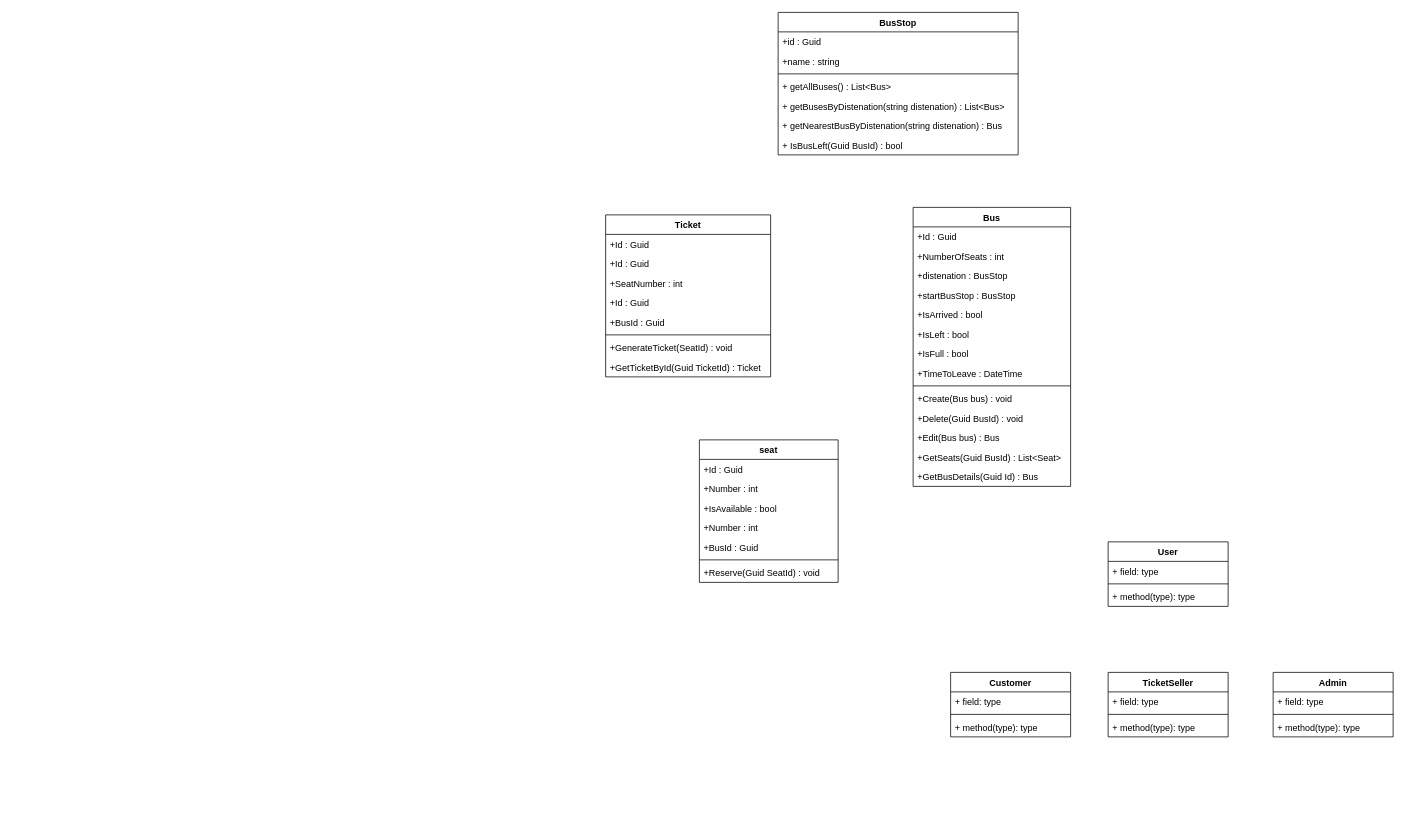
Earlier version of the draw.io diagram classDiagram.drawio (amr1234567/TransportationSystem). Source tidied: cells renumbered, new cells numbered last; positions are measured from the earlier drawing's top-left corner, leaving out a move shared by most shapes. Both pictures are drawn from the tidied source at 75%, with x=0, y=0 at pixel (605, 12).
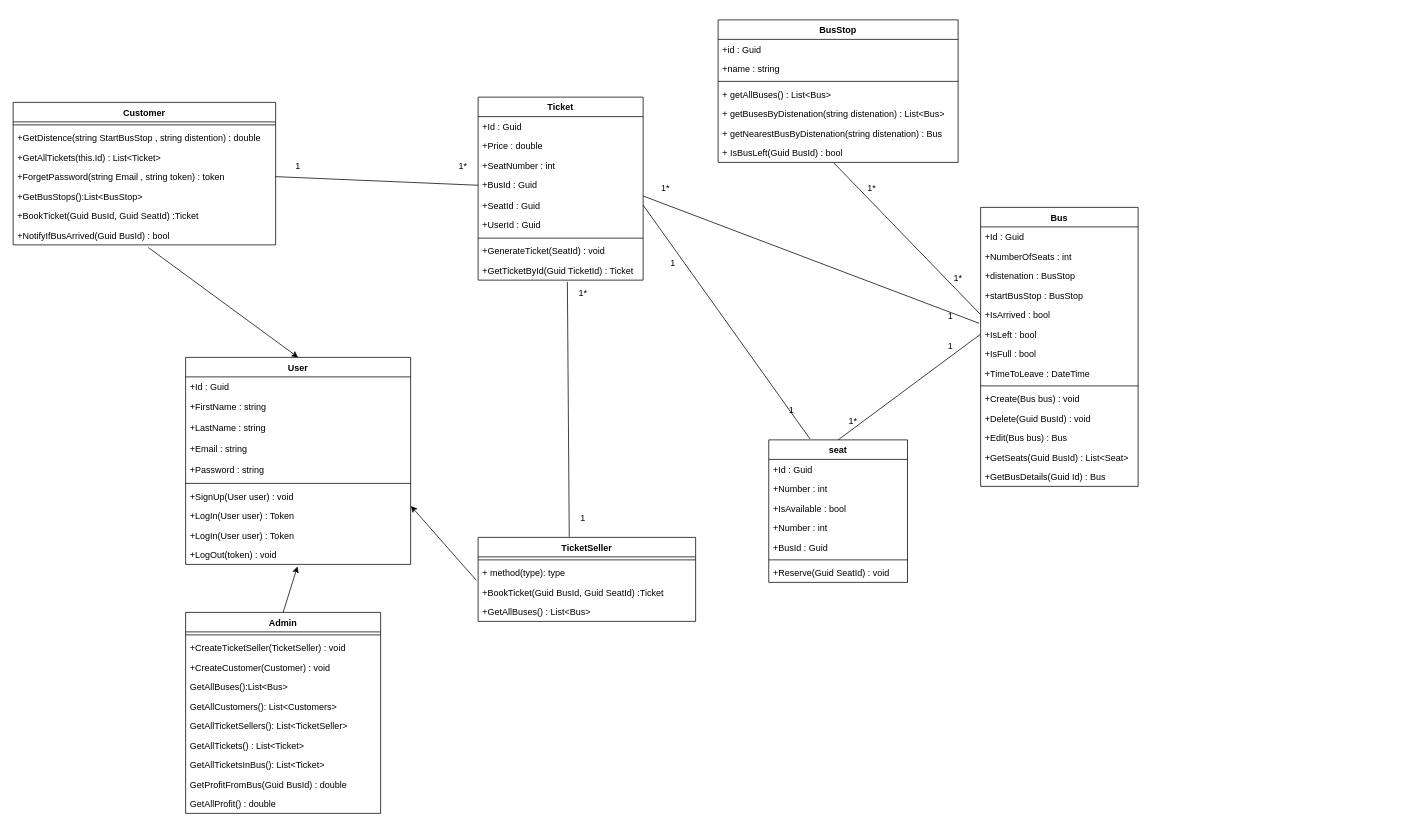
The same page after the edit.

Commit message (it also covers changes not shown here):
end of  class diagram

Unchanged cells that the change refers to:
```xml
<mxCell id="9" value="+ IsBusLeft(Guid BusId) : bool" style="text;strokeColor=none;fillColor=none;align=left;verticalAlign=top;spacingLeft=4;spacingRight=4;overflow=hidden;points=[[0,0.5],[1,0.5]];portConstraint=eastwest;" parent="2" vertex="1">
  <mxGeometry y="164" width="320" height="26" as="geometry" />
</mxCell>
<mxCell id="15" value="+IsArrived : bool" style="text;strokeColor=none;fillColor=none;align=left;verticalAlign=top;spacingLeft=4;spacingRight=4;overflow=hidden;points=[[0,0.5],[1,0.5]];portConstraint=eastwest;" parent="10" vertex="1">
  <mxGeometry y="130" width="210" height="26" as="geometry" />
</mxCell>
<mxCell id="16" value="+IsLeft : bool" style="text;strokeColor=none;fillColor=none;align=left;verticalAlign=top;spacingLeft=4;spacingRight=4;overflow=hidden;points=[[0,0.5],[1,0.5]];portConstraint=eastwest;" parent="10" vertex="1">
  <mxGeometry y="156" width="210" height="26" as="geometry" />
</mxCell>
```

What changed in the source:
```diff
@@
     <mxCell id="2" value="BusStop" style="swimlane;fontStyle=1;align=center;verticalAlign=top;horizontal=1;startSize=26;" parent="1" vertex="1">
-      <mxGeometry x="230" width="320" height="190" as="geometry" />
+      <mxGeometry x="150" y="10" width="320" height="190" as="geometry" />
     </mxCell>
@@
     <mxCell id="10" value="Bus" style="swimlane;fontStyle=1;align=center;verticalAlign=top;horizontal=1;startSize=26;" parent="1" vertex="1">
-      <mxGeometry x="410" y="260" width="210" height="372" as="geometry" />
+      <mxGeometry x="500" y="260" width="210" height="372" as="geometry" />
     </mxCell>
@@
     <mxCell id="25" value="Ticket" style="swimlane;fontStyle=1;align=center;verticalAlign=top;horizontal=1;startSize=26;" parent="1" vertex="1">
-      <mxGeometry y="270" width="220" height="216" as="geometry" />
+      <mxGeometry x="-170" y="113" width="220" height="244" as="geometry" />
     </mxCell>
@@
-    <mxCell id="27" value="+Id : Guid" style="text;strokeColor=none;fillColor=none;align=left;verticalAlign=top;spacingLeft=4;spacingRight=4;overflow=hidden;" parent="25" vertex="1">
+    <mxCell id="27" value="+Price : double" style="text;strokeColor=none;fillColor=none;align=left;verticalAlign=top;spacingLeft=4;spacingRight=4;overflow=hidden;" parent="25" vertex="1">
       <mxGeometry y="52" width="220" height="26" as="geometry" />
     </mxCell>
@@
-    <mxCell id="29" value="+Id : Guid" style="text;strokeColor=none;fillColor=none;align=left;verticalAlign=top;spacingLeft=4;spacingRight=4;overflow=hidden;points=[[0,0.5],[1,0.5]];portConstraint=eastwest;" parent="25" vertex="1">
-      <mxGeometry y="104" width="220" height="26" as="geometry" />
+    <mxCell id="29" value="+BusId : Guid" style="text;strokeColor=none;fillColor=none;align=left;verticalAlign=top;spacingLeft=4;spacingRight=4;overflow=hidden;points=[[0,0.5],[1,0.5]];portConstraint=eastwest;" parent="25" vertex="1">
+      <mxGeometry y="104" width="220" height="27" as="geometry" />
     </mxCell>
-    <mxCell id="30" value="+BusId : Guid" style="text;strokeColor=none;fillColor=none;align=left;verticalAlign=top;spacingLeft=4;spacingRight=4;overflow=hidden;points=[[0,0.5],[1,0.5]];portConstraint=eastwest;" parent="25" vertex="1">
-      <mxGeometry y="130" width="220" height="26" as="geometry" />
+    <mxCell id="30" value="+SeatId : Guid" style="text;strokeColor=none;fillColor=none;align=left;verticalAlign=top;spacingLeft=4;spacingRight=4;overflow=hidden;points=[[0,0.5],[1,0.5]];portConstraint=eastwest;" parent="25" vertex="1">
+      <mxGeometry y="131" width="220" height="26" as="geometry" />
     </mxCell>
+    <mxCell id="58" value="+UserId : Guid" style="text;strokeColor=none;fillColor=none;align=left;verticalAlign=top;spacingLeft=4;spacingRight=4;overflow=hidden;" parent="25" vertex="1">
+      <mxGeometry y="157" width="220" height="27" as="geometry" />
+    </mxCell>
     <mxCell id="31" style="line;strokeWidth=1;fillColor=none;align=left;verticalAlign=middle;spacingTop=-1;spacingLeft=3;spacingRight=3;labelPosition=right;strokeColor=inherit;" parent="25" vertex="1">
-      <mxGeometry y="156" width="220" height="8" as="geometry" />
+      <mxGeometry y="184" width="220" height="8" as="geometry" />
     </mxCell>
     <mxCell id="32" value="+GenerateTicket(SeatId) : void" style="text;strokeColor=none;fillColor=none;align=left;verticalAlign=top;spacingLeft=4;spacingRight=4;overflow=hidden;" parent="25" vertex="1">
-      <mxGeometry y="164" width="220" height="26" as="geometry" />
+      <mxGeometry y="192" width="220" height="26" as="geometry" />
     </mxCell>
     <mxCell id="33" value="+GetTicketById(Guid TicketId) : Ticket" style="text;strokeColor=none;fillColor=none;align=left;verticalAlign=top;spacingLeft=4;spacingRight=4;overflow=hidden;points=[[0,0.5],[1,0.5]];portConstraint=eastwest;" parent="25" vertex="1">
-      <mxGeometry y="190" width="220" height="26" as="geometry" />
+      <mxGeometry y="218" width="220" height="26" as="geometry" />
     </mxCell>
     <mxCell id="34" value="seat" style="swimlane;fontStyle=1;align=center;verticalAlign=top;horizontal=1;startSize=26;" parent="1" vertex="1">
-      <mxGeometry x="125" y="570" width="185" height="190" as="geometry" />
+      <mxGeometry x="217.5" y="570" width="185" height="190" as="geometry" />
     </mxCell>
@@
     <mxCell id="42" value="User" style="swimlane;fontStyle=1;align=center;verticalAlign=top;horizontal=1;startSize=26;" parent="1" vertex="1">
-      <mxGeometry x="670" y="706" width="160" height="86" as="geometry" />
+      <mxGeometry x="-560" y="460" width="300" height="276" as="geometry" />
     </mxCell>
-    <mxCell id="43" value="+ field: type" style="text;strokeColor=none;fillColor=none;align=left;verticalAlign=top;spacingLeft=4;spacingRight=4;overflow=hidden;" parent="42" vertex="1">
-      <mxGeometry y="26" width="160" height="26" as="geometry" />
+    <mxCell id="43" value="+Id : Guid" style="text;strokeColor=none;fillColor=none;align=left;verticalAlign=top;spacingLeft=4;spacingRight=4;overflow=hidden;" parent="42" vertex="1">
+      <mxGeometry y="26" width="300" height="26" as="geometry" />
     </mxCell>
+    <mxCell id="59" value="+FirstName : string" style="text;strokeColor=none;fillColor=none;align=left;verticalAlign=top;spacingLeft=4;spacingRight=4;overflow=hidden;" parent="42" vertex="1">
+      <mxGeometry y="52" width="300" height="28" as="geometry" />
+    </mxCell>
+    <mxCell id="60" value="+LastName : string" style="text;strokeColor=none;fillColor=none;align=left;verticalAlign=top;spacingLeft=4;spacingRight=4;overflow=hidden;" parent="42" vertex="1">
+      <mxGeometry y="80" width="300" height="28" as="geometry" />
+    </mxCell>
+    <mxCell id="61" value="+Email : string" style="text;strokeColor=none;fillColor=none;align=left;verticalAlign=top;spacingLeft=4;spacingRight=4;overflow=hidden;" parent="42" vertex="1">
+      <mxGeometry y="108" width="300" height="28" as="geometry" />
+    </mxCell>
+    <mxCell id="62" value="+Password : string" style="text;strokeColor=none;fillColor=none;align=left;verticalAlign=top;spacingLeft=4;spacingRight=4;overflow=hidden;" parent="42" vertex="1">
+      <mxGeometry y="136" width="300" height="28" as="geometry" />
+    </mxCell>
     <mxCell id="44" style="line;strokeWidth=1;fillColor=none;align=left;verticalAlign=middle;spacingTop=-1;spacingLeft=3;spacingRight=3;labelPosition=right;strokeColor=inherit;" parent="42" vertex="1">
-      <mxGeometry y="52" width="160" height="8" as="geometry" />
+      <mxGeometry y="164" width="300" height="8" as="geometry" />
     </mxCell>
-    <mxCell id="45" value="+ method(type): type" style="text;strokeColor=none;fillColor=none;align=left;verticalAlign=top;spacingLeft=4;spacingRight=4;overflow=hidden;points=[[0,0.5],[1,0.5]];portConstraint=eastwest;" parent="42" vertex="1">
-      <mxGeometry y="60" width="160" height="26" as="geometry" />
+    <mxCell id="45" value="+SignUp(User user) : void" style="text;strokeColor=none;fillColor=none;align=left;verticalAlign=top;spacingLeft=4;spacingRight=4;overflow=hidden;points=[[0,0.5],[1,0.5]];portConstraint=eastwest;" parent="42" vertex="1">
+      <mxGeometry y="172" width="300" height="26" as="geometry" />
     </mxCell>
+    <mxCell id="63" value="+LogIn(User user) : Token" style="text;strokeColor=none;fillColor=none;align=left;verticalAlign=top;spacingLeft=4;spacingRight=4;overflow=hidden;" parent="42" vertex="1">
+      <mxGeometry y="198" width="300" height="26" as="geometry" />
+    </mxCell>
+    <mxCell id="64" value="+LogIn(User user) : Token" style="text;strokeColor=none;fillColor=none;align=left;verticalAlign=top;spacingLeft=4;spacingRight=4;overflow=hidden;" parent="42" vertex="1">
+      <mxGeometry y="224" width="300" height="26" as="geometry" />
+    </mxCell>
+    <mxCell id="65" value="+LogOut(token) : void" style="text;strokeColor=none;fillColor=none;align=left;verticalAlign=top;spacingLeft=4;spacingRight=4;overflow=hidden;points=[[0,0.5],[1,0.5]];portConstraint=eastwest;" parent="42" vertex="1">
+      <mxGeometry y="250" width="300" height="26" as="geometry" />
+    </mxCell>
+    <mxCell id="66" style="edgeStyle=none;html=1;exitX=-0.008;exitY=0.897;exitDx=0;exitDy=0;exitPerimeter=0;entryX=1.001;entryY=1.006;entryDx=0;entryDy=0;entryPerimeter=0;" parent="1" edge="1" source="49" target="45">
+      <mxGeometry relative="1" as="geometry" />
+    </mxCell>
     <mxCell id="46" value="TicketSeller" style="swimlane;fontStyle=1;align=center;verticalAlign=top;horizontal=1;startSize=26;" parent="1" vertex="1">
-      <mxGeometry x="670" y="880" width="160" height="86" as="geometry" />
+      <mxGeometry x="-170" y="700" width="290" height="112" as="geometry" />
     </mxCell>
-    <mxCell id="47" value="+ field: type" style="text;strokeColor=none;fillColor=none;align=left;verticalAlign=top;spacingLeft=4;spacingRight=4;overflow=hidden;" parent="46" vertex="1">
-      <mxGeometry y="26" width="160" height="26" as="geometry" />
-    </mxCell>
     <mxCell id="48" style="line;strokeWidth=1;fillColor=none;align=left;verticalAlign=middle;spacingTop=-1;spacingLeft=3;spacingRight=3;labelPosition=right;strokeColor=inherit;" parent="46" vertex="1">
-      <mxGeometry y="52" width="160" height="8" as="geometry" />
+      <mxGeometry y="26" width="290" height="8" as="geometry" />
     </mxCell>
     <mxCell id="49" value="+ method(type): type" style="text;strokeColor=none;fillColor=none;align=left;verticalAlign=top;spacingLeft=4;spacingRight=4;overflow=hidden;points=[[0,0.5],[1,0.5]];portConstraint=eastwest;" parent="46" vertex="1">
-      <mxGeometry y="60" width="160" height="26" as="geometry" />
+      <mxGeometry y="34" width="290" height="26" as="geometry" />
     </mxCell>
+    <mxCell id="67" value="+BookTicket(Guid BusId, Guid SeatId) :Ticket" style="text;strokeColor=none;fillColor=none;align=left;verticalAlign=top;spacingLeft=4;spacingRight=4;overflow=hidden;" parent="46" vertex="1">
+      <mxGeometry y="60" width="290" height="26" as="geometry" />
+    </mxCell>
+    <mxCell id="68" value="+GetAllBuses() : List&lt;Bus&gt;" style="text;strokeColor=none;fillColor=none;align=left;verticalAlign=top;spacingLeft=4;spacingRight=4;overflow=hidden;" parent="46" vertex="1">
+      <mxGeometry y="86" width="290" height="26" as="geometry" />
+    </mxCell>
+    <mxCell id="69" style="edgeStyle=none;html=1;exitX=0.5;exitY=0;exitDx=0;exitDy=0;entryX=0.497;entryY=1.106;entryDx=0;entryDy=0;entryPerimeter=0;" parent="1" edge="1" source="50" target="65">
+      <mxGeometry relative="1" as="geometry" />
+    </mxCell>
     <mxCell id="50" value="Admin" style="swimlane;fontStyle=1;align=center;verticalAlign=top;horizontal=1;startSize=26;" parent="1" vertex="1">
-      <mxGeometry x="890" y="880" width="160" height="86" as="geometry" />
+      <mxGeometry x="-560" y="800" width="260" height="268" as="geometry" />
     </mxCell>
-    <mxCell id="51" value="+ field: type" style="text;strokeColor=none;fillColor=none;align=left;verticalAlign=top;spacingLeft=4;spacingRight=4;overflow=hidden;" parent="50" vertex="1">
-      <mxGeometry y="26" width="160" height="26" as="geometry" />
-    </mxCell>
     <mxCell id="52" style="line;strokeWidth=1;fillColor=none;align=left;verticalAlign=middle;spacingTop=-1;spacingLeft=3;spacingRight=3;labelPosition=right;strokeColor=inherit;" parent="50" vertex="1">
-      <mxGeometry y="52" width="160" height="8" as="geometry" />
+      <mxGeometry y="26" width="260" height="8" as="geometry" />
     </mxCell>
-    <mxCell id="53" value="+ method(type): type" style="text;strokeColor=none;fillColor=none;align=left;verticalAlign=top;spacingLeft=4;spacingRight=4;overflow=hidden;" parent="50" vertex="1">
-      <mxGeometry y="60" width="160" height="26" as="geometry" />
+    <mxCell id="53" value="+CreateTicketSeller(TicketSeller) : void" style="text;strokeColor=none;fillColor=none;align=left;verticalAlign=top;spacingLeft=4;spacingRight=4;overflow=hidden;" parent="50" vertex="1">
+      <mxGeometry y="34" width="260" height="26" as="geometry" />
     </mxCell>
+    <mxCell id="70" value="+CreateCustomer(Customer) : void" style="text;strokeColor=none;fillColor=none;align=left;verticalAlign=top;spacingLeft=4;spacingRight=4;overflow=hidden;" parent="50" vertex="1">
+      <mxGeometry y="60" width="260" height="26" as="geometry" />
+    </mxCell>
+    <mxCell id="71" value="GetAllBuses():List&lt;Bus&gt;" style="text;strokeColor=none;fillColor=none;align=left;verticalAlign=top;spacingLeft=4;spacingRight=4;overflow=hidden;" parent="50" vertex="1">
+      <mxGeometry y="86" width="260" height="26" as="geometry" />
+    </mxCell>
+    <mxCell id="72" value="GetAllCustomers(): List&lt;Customers&gt;" style="text;strokeColor=none;fillColor=none;align=left;verticalAlign=top;spacingLeft=4;spacingRight=4;overflow=hidden;" parent="50" vertex="1">
+      <mxGeometry y="112" width="260" height="26" as="geometry" />
+    </mxCell>
+    <mxCell id="73" value="GetAllTicketSellers(): List&lt;TicketSeller&gt;" style="text;strokeColor=none;fillColor=none;align=left;verticalAlign=top;spacingLeft=4;spacingRight=4;overflow=hidden;" parent="50" vertex="1">
+      <mxGeometry y="138" width="260" height="26" as="geometry" />
+    </mxCell>
+    <mxCell id="74" value="GetAllTickets() : List&lt;Ticket&gt;" style="text;strokeColor=none;fillColor=none;align=left;verticalAlign=top;spacingLeft=4;spacingRight=4;overflow=hidden;" parent="50" vertex="1">
+      <mxGeometry y="164" width="260" height="26" as="geometry" />
+    </mxCell>
+    <mxCell id="75" value="GetAllTicketsInBus(): List&lt;Ticket&gt;" style="text;strokeColor=none;fillColor=none;align=left;verticalAlign=top;spacingLeft=4;spacingRight=4;overflow=hidden;" parent="50" vertex="1">
+      <mxGeometry y="190" width="260" height="26" as="geometry" />
+    </mxCell>
+    <mxCell id="76" value="GetProfitFromBus(Guid BusId) : double" style="text;strokeColor=none;fillColor=none;align=left;verticalAlign=top;spacingLeft=4;spacingRight=4;overflow=hidden;" parent="50" vertex="1">
+      <mxGeometry y="216" width="260" height="26" as="geometry" />
+    </mxCell>
+    <mxCell id="77" value="GetAllProfit() : double" style="text;strokeColor=none;fillColor=none;align=left;verticalAlign=top;spacingLeft=4;spacingRight=4;overflow=hidden;" parent="50" vertex="1">
+      <mxGeometry y="242" width="260" height="26" as="geometry" />
+    </mxCell>
+    <mxCell id="78" style="edgeStyle=none;html=1;exitX=0.515;exitY=1.136;exitDx=0;exitDy=0;entryX=0.5;entryY=0;entryDx=0;entryDy=0;exitPerimeter=0;" parent="1" edge="1" source="83" target="42">
+      <mxGeometry relative="1" as="geometry" />
+    </mxCell>
     <mxCell id="54" value="Customer" style="swimlane;fontStyle=1;align=center;verticalAlign=top;horizontal=1;startSize=26;" parent="1" vertex="1">
-      <mxGeometry x="460" y="880" width="160" height="86" as="geometry" />
+      <mxGeometry x="-790" y="120" width="350" height="190" as="geometry" />
     </mxCell>
-    <mxCell id="55" value="+ field: type" style="text;strokeColor=none;fillColor=none;align=left;verticalAlign=top;spacingLeft=4;spacingRight=4;overflow=hidden;" parent="54" vertex="1">
-      <mxGeometry y="26" width="160" height="26" as="geometry" />
-    </mxCell>
     <mxCell id="56" style="line;strokeWidth=1;fillColor=none;align=left;verticalAlign=middle;spacingTop=-1;spacingLeft=3;spacingRight=3;labelPosition=right;strokeColor=inherit;" parent="54" vertex="1">
-      <mxGeometry y="52" width="160" height="8" as="geometry" />
+      <mxGeometry y="26" width="350" height="8" as="geometry" />
     </mxCell>
-    <mxCell id="57" value="+ method(type): type" style="text;strokeColor=none;fillColor=none;align=left;verticalAlign=top;spacingLeft=4;spacingRight=4;overflow=hidden;" parent="54" vertex="1">
-      <mxGeometry y="60" width="160" height="26" as="geometry" />
+    <mxCell id="57" value="+GetDistence(string StartBusStop , string distention) : double" style="text;strokeColor=none;fillColor=none;align=left;verticalAlign=top;spacingLeft=4;spacingRight=4;overflow=hidden;" parent="54" vertex="1">
+      <mxGeometry y="34" width="350" height="26" as="geometry" />
     </mxCell>
+    <mxCell id="79" value="+GetAllTickets(this.Id) : List&lt;Ticket&gt;" style="text;strokeColor=none;fillColor=none;align=left;verticalAlign=top;spacingLeft=4;spacingRight=4;overflow=hidden;" parent="54" vertex="1">
+      <mxGeometry y="60" width="350" height="26" as="geometry" />
+    </mxCell>
+    <mxCell id="80" value="+ForgetPassword(string Email , string token) : token" style="text;strokeColor=none;fillColor=none;align=left;verticalAlign=top;spacingLeft=4;spacingRight=4;overflow=hidden;points=[[0,0.5],[1,0.5]];portConstraint=eastwest;" parent="54" vertex="1">
+      <mxGeometry y="86" width="350" height="26" as="geometry" />
+    </mxCell>
+    <mxCell id="81" value="+GetBusStops():List&lt;BusStop&gt;" style="text;strokeColor=none;fillColor=none;align=left;verticalAlign=top;spacingLeft=4;spacingRight=4;overflow=hidden;" parent="54" vertex="1">
+      <mxGeometry y="112" width="350" height="26" as="geometry" />
+    </mxCell>
+    <mxCell id="82" value="+BookTicket(Guid BusId, Guid SeatId) :Ticket" style="text;strokeColor=none;fillColor=none;align=left;verticalAlign=top;spacingLeft=4;spacingRight=4;overflow=hidden;" parent="54" vertex="1">
+      <mxGeometry y="138" width="350" height="26" as="geometry" />
+    </mxCell>
+    <mxCell id="83" value="+NotifyIfBusArrived(Guid BusId) : bool" style="text;strokeColor=none;fillColor=none;align=left;verticalAlign=top;spacingLeft=4;spacingRight=4;overflow=hidden;points=[[0,0.5],[1,0.5]];portConstraint=eastwest;" parent="54" vertex="1">
+      <mxGeometry y="164" width="350" height="26" as="geometry" />
+    </mxCell>
+    <mxCell id="84" style="endArrow=none;html=1;entryX=0.482;entryY=1.026;entryDx=0;entryDy=0;entryPerimeter=0;exitX=0;exitY=0.5;exitDx=0;exitDy=0;" parent="1" edge="1" source="15" target="9">
+      <mxGeometry relative="1" as="geometry" />
+    </mxCell>
+    <mxCell id="85" style="endArrow=none;html=1;exitX=0.5;exitY=0;exitDx=0;exitDy=0;entryX=0;entryY=0.5;entryDx=0;entryDy=0;" parent="1" edge="1" source="34" target="16">
+      <mxGeometry relative="1" as="geometry" />
+    </mxCell>
+    <mxCell id="86" style="endArrow=none;html=1;entryX=1;entryY=0.5;entryDx=0;entryDy=0;exitX=0.297;exitY=-0.007;exitDx=0;exitDy=0;exitPerimeter=0;" parent="1" edge="1" source="34" target="30">
+      <mxGeometry relative="1" as="geometry" />
+    </mxCell>
+    <mxCell id="87" style="endArrow=none;html=1;entryX=-0.009;entryY=-0.055;entryDx=0;entryDy=0;entryPerimeter=0;exitX=1;exitY=0.032;exitDx=0;exitDy=0;exitPerimeter=0;" parent="1" edge="1" source="30" target="16">
+      <mxGeometry relative="1" as="geometry" />
+    </mxCell>
+    <mxCell id="88" value="1" style="text;html=1;strokeColor=none;fillColor=none;align=center;verticalAlign=middle;whiteSpace=wrap;rounded=0;" parent="1" vertex="1">
+      <mxGeometry x="60" y="320" width="60" height="30" as="geometry" />
+    </mxCell>
+    <mxCell id="89" value="1*" style="text;html=1;strokeColor=none;fillColor=none;align=center;verticalAlign=middle;whiteSpace=wrap;rounded=0;" parent="1" vertex="1">
+      <mxGeometry x="440" y="340" width="60" height="30" as="geometry" />
+    </mxCell>
+    <mxCell id="90" value="1" style="text;html=1;strokeColor=none;fillColor=none;align=center;verticalAlign=middle;whiteSpace=wrap;rounded=0;" parent="1" vertex="1">
+      <mxGeometry x="430" y="390" width="60" height="30" as="geometry" />
+    </mxCell>
+    <mxCell id="91" value="1*" style="text;html=1;strokeColor=none;fillColor=none;align=center;verticalAlign=middle;whiteSpace=wrap;rounded=0;" parent="1" vertex="1">
+      <mxGeometry x="50" y="220" width="60" height="30" as="geometry" />
+    </mxCell>
+    <mxCell id="92" value="1" style="text;html=1;strokeColor=none;fillColor=none;align=center;verticalAlign=middle;whiteSpace=wrap;rounded=0;" parent="1" vertex="1">
+      <mxGeometry x="430" y="430" width="60" height="30" as="geometry" />
+    </mxCell>
+    <mxCell id="93" value="1*" style="text;html=1;strokeColor=none;fillColor=none;align=center;verticalAlign=middle;whiteSpace=wrap;rounded=0;" parent="1" vertex="1">
+      <mxGeometry x="300" y="530" width="60" height="30" as="geometry" />
+    </mxCell>
+    <mxCell id="94" value="1" style="text;html=1;strokeColor=none;fillColor=none;align=center;verticalAlign=middle;whiteSpace=wrap;rounded=0;" parent="1" vertex="1">
+      <mxGeometry x="217.5" y="515" width="60" height="30" as="geometry" />
+    </mxCell>
+    <mxCell id="95" value="1*" style="text;html=1;strokeColor=none;fillColor=none;align=center;verticalAlign=middle;whiteSpace=wrap;rounded=0;" parent="1" vertex="1">
+      <mxGeometry x="325" y="220" width="60" height="30" as="geometry" />
+    </mxCell>
+    <mxCell id="96" style="endArrow=none;html=1;entryX=0;entryY=0.5;entryDx=0;entryDy=0;exitX=1;exitY=0.5;exitDx=0;exitDy=0;" parent="1" edge="1" source="80" target="29">
+      <mxGeometry relative="1" as="geometry" />
+    </mxCell>
+    <mxCell id="97" style="endArrow=none;html=1;entryX=0.541;entryY=1.091;entryDx=0;entryDy=0;entryPerimeter=0;exitX=0.419;exitY=-0.007;exitDx=0;exitDy=0;exitPerimeter=0;" parent="1" edge="1" source="46" target="33">
+      <mxGeometry relative="1" as="geometry" />
+    </mxCell>
+    <mxCell id="98" value="1*" style="text;html=1;strokeColor=none;fillColor=none;align=center;verticalAlign=middle;whiteSpace=wrap;rounded=0;" parent="1" vertex="1">
+      <mxGeometry x="-60" y="360" width="60" height="30" as="geometry" />
+    </mxCell>
+    <mxCell id="99" value="1" style="text;html=1;strokeColor=none;fillColor=none;align=center;verticalAlign=middle;whiteSpace=wrap;rounded=0;" parent="1" vertex="1">
+      <mxGeometry x="-60" y="660" width="60" height="30" as="geometry" />
+    </mxCell>
+    <mxCell id="100" value="1" style="text;html=1;strokeColor=none;fillColor=none;align=center;verticalAlign=middle;whiteSpace=wrap;rounded=0;" parent="1" vertex="1">
+      <mxGeometry x="-440" y="190" width="60" height="30" as="geometry" />
+    </mxCell>
+    <mxCell id="101" value="1*" style="text;html=1;strokeColor=none;fillColor=none;align=center;verticalAlign=middle;whiteSpace=wrap;rounded=0;" parent="1" vertex="1">
+      <mxGeometry x="-220" y="190" width="60" height="30" as="geometry" />
+    </mxCell>
```
